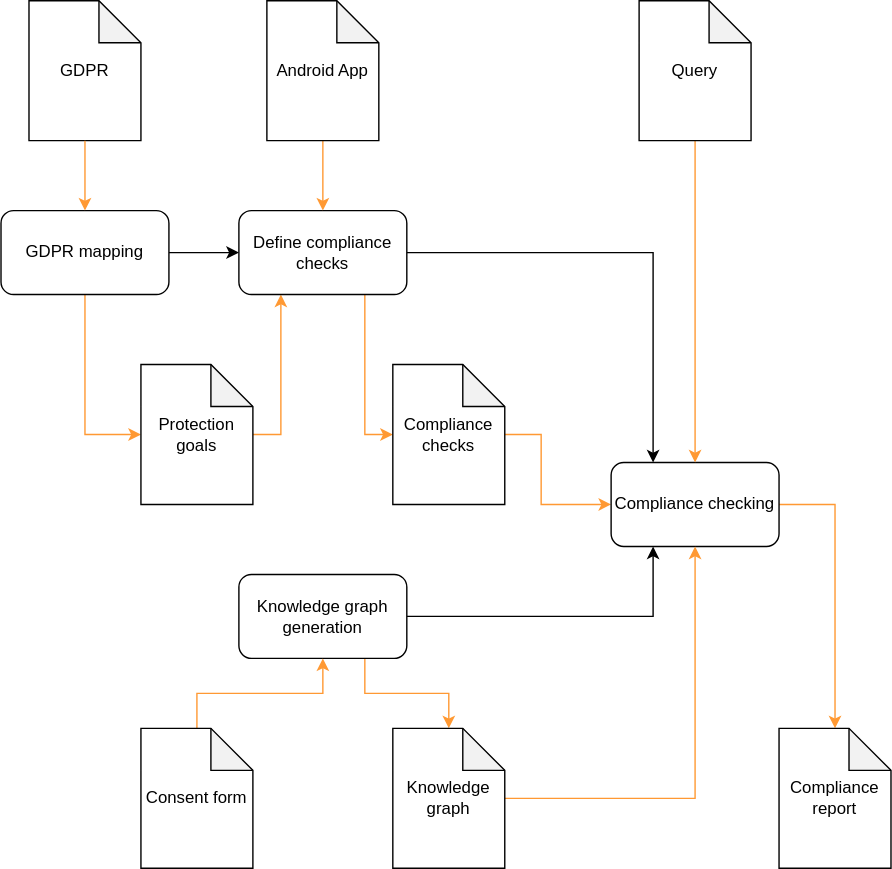
The draw.io diagram Analysis/artifactmodel/approach_visualization/data_protection_by_design_tool_for_automated_gdpr_compliance_verification_based_on_semantically_modelled_informed_consent.drawio.svg in angrymeir/Evaluating-Contemporary-Approaches-for-Automated-Compliance-Checks-of-Software-intensive-Systems, before a commit. Source tidied: cells renumbered, new cells last; positions are measured from the earlier drawing's top-left corner, leaving out a move shared by most shapes.
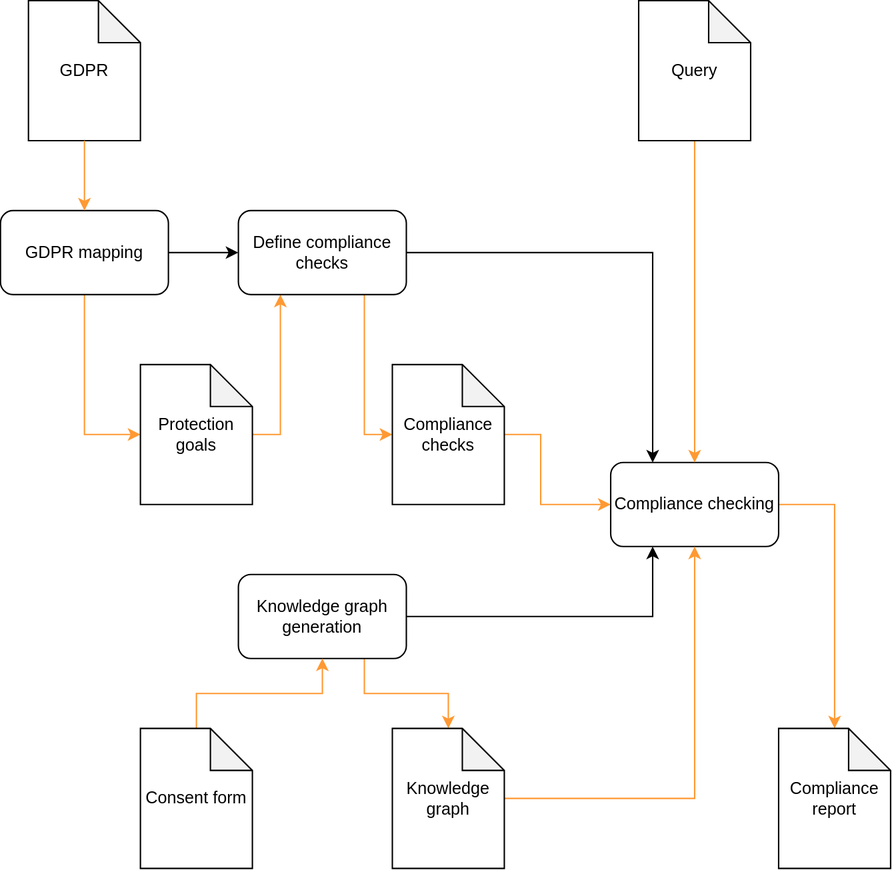
Above is the later version.

Commit message:
Fix link issues of artifacts

Diff of the diagram source:
```diff
@@ -33,71 +33,65 @@
         <mxPoint x="60" y="150" as="targetPoint" />
       </mxGeometry>
     </mxCell>
-    <mxCell id="9" style="edgeStyle=orthogonalEdgeStyle;rounded=0;jettySize=auto;html=1;exitX=0.75;exitY=1;exitDx=0;exitDy=0;entryX=0;entryY=0.5;entryDx=0;entryDy=0;entryPerimeter=0;strokeColor=#FF9933;" parent="1" edge="1" source="11" target="15">
+    <mxCell id="9" style="edgeStyle=orthogonalEdgeStyle;rounded=0;jettySize=auto;html=1;exitX=0.75;exitY=1;exitDx=0;exitDy=0;entryX=0;entryY=0.5;entryDx=0;entryDy=0;entryPerimeter=0;strokeColor=#FF9933;" parent="1" edge="1" source="11" target="13">
       <mxGeometry relative="1" as="geometry" />
     </mxCell>
-    <mxCell id="10" style="edgeStyle=orthogonalEdgeStyle;rounded=0;jettySize=auto;html=1;entryX=0.25;entryY=0;entryDx=0;entryDy=0;" parent="1" edge="1" source="11" target="17">
+    <mxCell id="10" style="edgeStyle=orthogonalEdgeStyle;rounded=0;jettySize=auto;html=1;entryX=0.25;entryY=0;entryDx=0;entryDy=0;" parent="1" edge="1" source="11" target="15">
       <mxGeometry relative="1" as="geometry" />
     </mxCell>
     <mxCell id="11" value="Define compliance checks" style="rounded=1;whiteSpace=wrap;html=1;" parent="1" vertex="1">
       <mxGeometry x="170" y="150" width="120" height="60" as="geometry" />
     </mxCell>
-    <mxCell id="12" style="edgeStyle=orthogonalEdgeStyle;rounded=0;jettySize=auto;html=1;entryX=0.5;entryY=0;entryDx=0;entryDy=0;strokeColor=#FF9933;" parent="1" edge="1" source="13" target="11">
-      <mxGeometry relative="1" as="geometry" />
+    <mxCell id="12" style="edgeStyle=orthogonalEdgeStyle;rounded=0;jettySize=auto;html=1;entryX=0;entryY=0.5;entryDx=0;entryDy=0;strokeColor=#FF9933;" parent="1" edge="1" source="13" target="15">
+      <mxGeometry relative="1" as="geometry">
+        <Array as="points">
+          <mxPoint x="386" y="310" />
+          <mxPoint x="386" y="360" />
+        </Array>
+      </mxGeometry>
     </mxCell>
-    <mxCell id="13" value="Android App" style="shape=note;whiteSpace=wrap;html=1;backgroundOutline=1;darkOpacity=0.05;" parent="1" vertex="1">
-      <mxGeometry x="190" width="80" height="100" as="geometry" />
+    <mxCell id="13" value="Compliance checks" style="shape=note;whiteSpace=wrap;html=1;backgroundOutline=1;darkOpacity=0.05;" parent="1" vertex="1">
+      <mxGeometry x="280" y="260" width="80" height="100" as="geometry" />
     </mxCell>
-    <mxCell id="14" style="edgeStyle=orthogonalEdgeStyle;rounded=0;jettySize=auto;html=1;entryX=0;entryY=0.5;entryDx=0;entryDy=0;strokeColor=#FF9933;" parent="1" edge="1" source="15" target="17">
+    <mxCell id="14" style="edgeStyle=orthogonalEdgeStyle;rounded=0;jettySize=auto;html=1;strokeColor=#FF9933;" parent="1" edge="1" source="15" target="25">
       <mxGeometry relative="1" as="geometry">
         <Array as="points">
-          <mxPoint x="386" y="310" />
-          <mxPoint x="386" y="360" />
+          <mxPoint x="596" y="360" />
         </Array>
       </mxGeometry>
     </mxCell>
-    <mxCell id="15" value="Compliance checks" style="shape=note;whiteSpace=wrap;html=1;backgroundOutline=1;darkOpacity=0.05;" parent="1" vertex="1">
-      <mxGeometry x="280" y="260" width="80" height="100" as="geometry" />
+    <mxCell id="15" value="Compliance checking" style="rounded=1;whiteSpace=wrap;html=1;" parent="1" vertex="1">
+      <mxGeometry x="436" y="330" width="120" height="60" as="geometry" />
     </mxCell>
-    <mxCell id="16" style="edgeStyle=orthogonalEdgeStyle;rounded=0;jettySize=auto;html=1;strokeColor=#FF9933;" parent="1" edge="1" source="17" target="27">
-      <mxGeometry relative="1" as="geometry">
-        <Array as="points">
-          <mxPoint x="596" y="360" />
-        </Array>
-      </mxGeometry>
+    <mxCell id="16" style="edgeStyle=orthogonalEdgeStyle;rounded=0;jettySize=auto;html=1;exitX=0.75;exitY=1;exitDx=0;exitDy=0;strokeColor=#FF9933;" parent="1" edge="1" source="18" target="24">
+      <mxGeometry relative="1" as="geometry" />
     </mxCell>
-    <mxCell id="17" value="Compliance checking" style="rounded=1;whiteSpace=wrap;html=1;" parent="1" vertex="1">
-      <mxGeometry x="436" y="330" width="120" height="60" as="geometry" />
+    <mxCell id="17" style="edgeStyle=orthogonalEdgeStyle;rounded=0;jettySize=auto;html=1;entryX=0.25;entryY=1;entryDx=0;entryDy=0;" parent="1" edge="1" source="18" target="15">
+      <mxGeometry relative="1" as="geometry" />
     </mxCell>
-    <mxCell id="18" style="edgeStyle=orthogonalEdgeStyle;rounded=0;jettySize=auto;html=1;exitX=0.75;exitY=1;exitDx=0;exitDy=0;strokeColor=#FF9933;" parent="1" edge="1" source="20" target="26">
-      <mxGeometry relative="1" as="geometry" />
+    <mxCell id="18" value="Knowledge graph generation" style="rounded=1;whiteSpace=wrap;html=1;" parent="1" vertex="1">
+      <mxGeometry x="170" y="410" width="120" height="60" as="geometry" />
     </mxCell>
-    <mxCell id="19" style="edgeStyle=orthogonalEdgeStyle;rounded=0;jettySize=auto;html=1;entryX=0.25;entryY=1;entryDx=0;entryDy=0;" parent="1" edge="1" source="20" target="17">
+    <mxCell id="19" style="edgeStyle=orthogonalEdgeStyle;rounded=0;jettySize=auto;html=1;entryX=0.5;entryY=1;entryDx=0;entryDy=0;strokeColor=#FF9933;" parent="1" edge="1" source="20" target="18">
       <mxGeometry relative="1" as="geometry" />
     </mxCell>
-    <mxCell id="20" value="Knowledge graph generation" style="rounded=1;whiteSpace=wrap;html=1;" parent="1" vertex="1">
-      <mxGeometry x="170" y="410" width="120" height="60" as="geometry" />
+    <mxCell id="20" value="Consent form" style="shape=note;whiteSpace=wrap;html=1;backgroundOutline=1;darkOpacity=0.05;" parent="1" vertex="1">
+      <mxGeometry x="100" y="520" width="80" height="100" as="geometry" />
     </mxCell>
-    <mxCell id="21" style="edgeStyle=orthogonalEdgeStyle;rounded=0;jettySize=auto;html=1;entryX=0.5;entryY=1;entryDx=0;entryDy=0;strokeColor=#FF9933;" parent="1" edge="1" source="22" target="20">
+    <mxCell id="21" style="edgeStyle=orthogonalEdgeStyle;rounded=0;jettySize=auto;html=1;strokeColor=#FF9933;" parent="1" edge="1" source="22" target="15">
       <mxGeometry relative="1" as="geometry" />
     </mxCell>
-    <mxCell id="22" value="Consent form" style="shape=note;whiteSpace=wrap;html=1;backgroundOutline=1;darkOpacity=0.05;" parent="1" vertex="1">
-      <mxGeometry x="100" y="520" width="80" height="100" as="geometry" />
+    <mxCell id="22" value="Query" style="shape=note;whiteSpace=wrap;html=1;backgroundOutline=1;darkOpacity=0.05;" parent="1" vertex="1">
+      <mxGeometry x="456" width="80" height="100" as="geometry" />
     </mxCell>
-    <mxCell id="23" style="edgeStyle=orthogonalEdgeStyle;rounded=0;jettySize=auto;html=1;strokeColor=#FF9933;" parent="1" edge="1" source="24" target="17">
+    <mxCell id="23" style="edgeStyle=orthogonalEdgeStyle;rounded=0;jettySize=auto;html=1;entryX=0.5;entryY=1;entryDx=0;entryDy=0;strokeColor=#FF9933;" parent="1" edge="1" source="24" target="15">
       <mxGeometry relative="1" as="geometry" />
     </mxCell>
-    <mxCell id="24" value="Query" style="shape=note;whiteSpace=wrap;html=1;backgroundOutline=1;darkOpacity=0.05;" parent="1" vertex="1">
-      <mxGeometry x="456" width="80" height="100" as="geometry" />
+    <mxCell id="24" value="Knowledge graph" style="shape=note;whiteSpace=wrap;html=1;backgroundOutline=1;darkOpacity=0.05;" parent="1" vertex="1">
+      <mxGeometry x="280" y="520" width="80" height="100" as="geometry" />
     </mxCell>
-    <mxCell id="25" style="edgeStyle=orthogonalEdgeStyle;rounded=0;jettySize=auto;html=1;entryX=0.5;entryY=1;entryDx=0;entryDy=0;strokeColor=#FF9933;" parent="1" edge="1" source="26" target="17">
-      <mxGeometry relative="1" as="geometry" />
+    <mxCell id="25" value="Compliance report" style="shape=note;whiteSpace=wrap;html=1;backgroundOutline=1;darkOpacity=0.05;" parent="1" vertex="1">
+      <mxGeometry x="556" y="520" width="80" height="100" as="geometry" />
     </mxCell>
-    <mxCell id="26" value="Knowledge graph" style="shape=note;whiteSpace=wrap;html=1;backgroundOutline=1;darkOpacity=0.05;" parent="1" vertex="1">
-      <mxGeometry x="280" y="520" width="80" height="100" as="geometry" />
-    </mxCell>
-    <mxCell id="27" value="Compliance report" style="shape=note;whiteSpace=wrap;html=1;backgroundOutline=1;darkOpacity=0.05;" parent="1" vertex="1">
-      <mxGeometry x="556" y="520" width="80" height="100" as="geometry" />
-    </mxCell>
   </root>
 </mxGraphModel>
```
